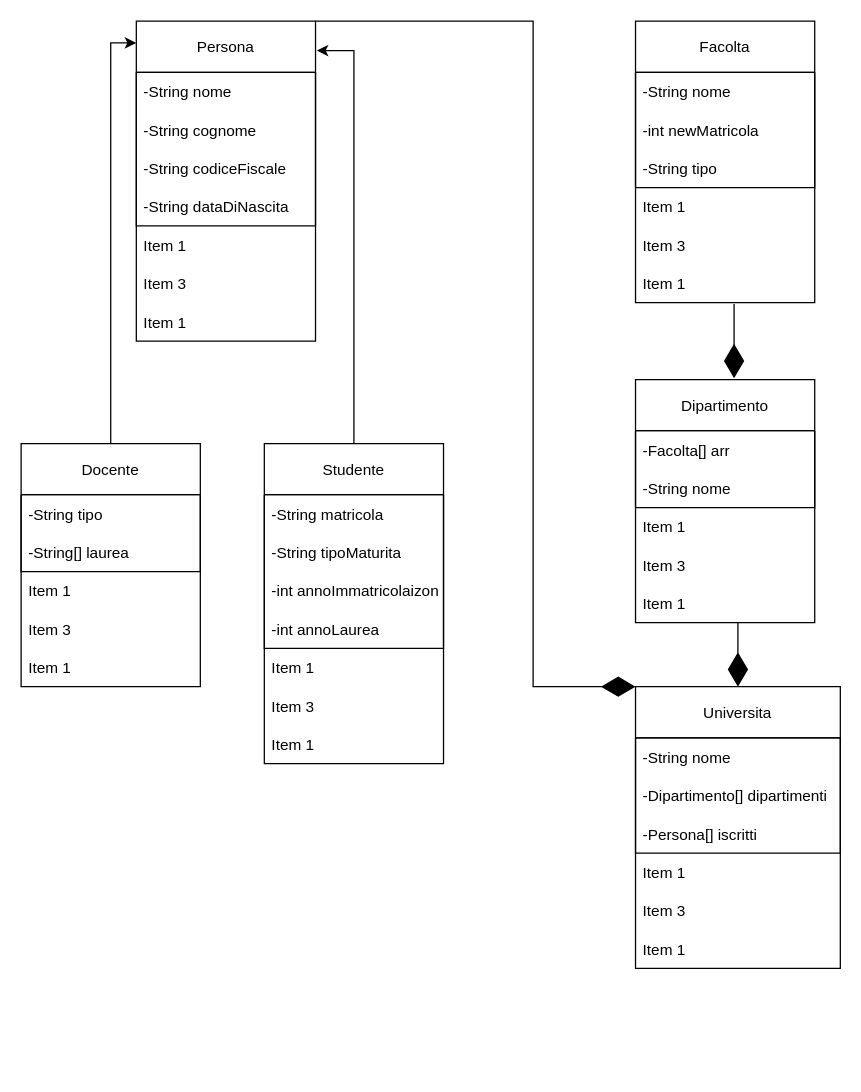
Earlier version of the draw.io diagram UMLUni.drawio (SamueleFacenda/GestioneUniCompito). Source tidied: cells renumbered, new cells numbered last; positions are measured from the earlier drawing's top-left corner, leaving out a move shared by most shapes. Both pictures are drawn from the tidied source at 128%, with x=0, y=0 at pixel (20, 20).
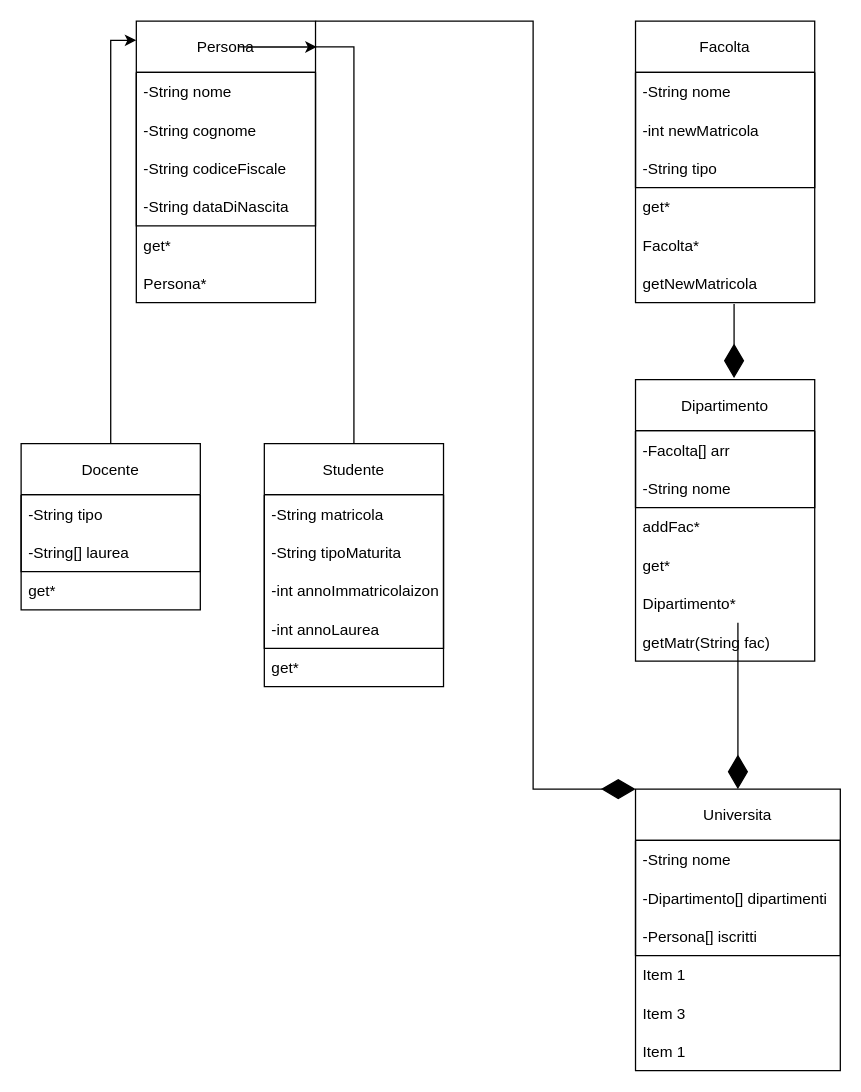
The same page after the edit.

The change refers to these unchanged cells:
```xml
<mxCell id="29" value="Facolta" style="swimlane;fontStyle=0;horizontal=1;startSize=40;" parent="1" vertex="1">
  <mxGeometry x="480" width="140" height="220" as="geometry" />
</mxCell>
```

Diff of the diagram source:
```diff
@@
     <mxCell id="2" value="Persona" style="swimlane;fontStyle=0;horizontal=1;startSize=40;" parent="1" vertex="1">
-      <mxGeometry x="90" width="140" height="250" as="geometry" />
+      <mxGeometry x="90" width="140" height="220" as="geometry" />
     </mxCell>
@@
-    <mxCell id="8" value="Item 1" style="text;strokeColor=none;fillColor=none;align=left;verticalAlign=middle;spacingLeft=4;spacingRight=4;overflow=hidden;" parent="2" vertex="1">
-      <mxGeometry y="160" width="140" height="30" as="geometry" />
-    </mxCell>
-    <mxCell id="9" value="Item 3" style="text;strokeColor=none;fillColor=none;align=left;verticalAlign=middle;spacingLeft=4;spacingRight=4;overflow=hidden;" parent="2" vertex="1">
-      <mxGeometry y="190" width="140" height="30" as="geometry" />
+    <mxCell id="9" value="get*" style="text;strokeColor=none;fillColor=none;align=left;verticalAlign=middle;spacingLeft=4;spacingRight=4;overflow=hidden;" parent="2" vertex="1">
+      <mxGeometry y="160" width="140" height="30" as="geometry" />
     </mxCell>
-    <mxCell id="10" value="Item 1" style="text;strokeColor=none;fillColor=none;align=left;verticalAlign=middle;spacingLeft=4;spacingRight=4;overflow=hidden;" parent="2" vertex="1">
-      <mxGeometry y="220" width="140" height="30" as="geometry" />
+    <mxCell id="10" value="Persona*" style="text;strokeColor=none;fillColor=none;align=left;verticalAlign=middle;spacingLeft=4;spacingRight=4;overflow=hidden;" parent="2" vertex="1">
+      <mxGeometry y="190" width="140" height="30" as="geometry" />
     </mxCell>
@@
     <mxCell id="12" value="Studente" style="swimlane;fontStyle=0;horizontal=1;startSize=40;" parent="1" vertex="1">
-      <mxGeometry x="190" y="330" width="140" height="250" as="geometry" />
+      <mxGeometry x="190" y="330" width="140" height="190" as="geometry" />
     </mxCell>
@@
-    <mxCell id="18" value="Item 1" style="text;strokeColor=none;fillColor=none;align=left;verticalAlign=middle;spacingLeft=4;spacingRight=4;overflow=hidden;" parent="12" vertex="1">
+    <mxCell id="18" value="get*" style="text;strokeColor=none;fillColor=none;align=left;verticalAlign=middle;spacingLeft=4;spacingRight=4;overflow=hidden;" parent="12" vertex="1">
       <mxGeometry y="160" width="140" height="30" as="geometry" />
     </mxCell>
-    <mxCell id="19" value="Item 3" style="text;strokeColor=none;fillColor=none;align=left;verticalAlign=middle;spacingLeft=4;spacingRight=4;overflow=hidden;" parent="12" vertex="1">
-      <mxGeometry y="190" width="140" height="30" as="geometry" />
-    </mxCell>
-    <mxCell id="20" value="Item 1" style="text;strokeColor=none;fillColor=none;align=left;verticalAlign=middle;spacingLeft=4;spacingRight=4;overflow=hidden;" parent="12" vertex="1">
-      <mxGeometry y="220" width="140" height="30" as="geometry" />
-    </mxCell>
@@
     <mxCell id="22" value="Docente" style="swimlane;fontStyle=0;horizontal=1;startSize=40;" parent="1" vertex="1">
-      <mxGeometry y="330" width="140" height="190" as="geometry" />
+      <mxGeometry y="330" width="140" height="130" as="geometry" />
     </mxCell>
@@
-    <mxCell id="26" value="Item 1" style="text;strokeColor=none;fillColor=none;align=left;verticalAlign=middle;spacingLeft=4;spacingRight=4;overflow=hidden;" parent="22" vertex="1">
-      <mxGeometry y="100" width="140" height="30" as="geometry" />
-    </mxCell>
-    <mxCell id="27" value="Item 3" style="text;strokeColor=none;fillColor=none;align=left;verticalAlign=middle;spacingLeft=4;spacingRight=4;overflow=hidden;" parent="22" vertex="1">
-      <mxGeometry y="130" width="140" height="30" as="geometry" />
-    </mxCell>
-    <mxCell id="28" value="Item 1" style="text;strokeColor=none;fillColor=none;align=left;verticalAlign=middle;spacingLeft=4;spacingRight=4;overflow=hidden;" parent="22" vertex="1">
-      <mxGeometry y="160" width="140" height="30" as="geometry" />
+    <mxCell id="28" value="get*" style="text;strokeColor=none;fillColor=none;align=left;verticalAlign=middle;spacingLeft=4;spacingRight=4;overflow=hidden;" parent="22" vertex="1">
+      <mxGeometry y="100" width="140" height="30" as="geometry" />
     </mxCell>
@@
-    <mxCell id="34" value="Item 1" style="text;strokeColor=none;fillColor=none;align=left;verticalAlign=middle;spacingLeft=4;spacingRight=4;overflow=hidden;" parent="29" vertex="1">
+    <mxCell id="34" value="get*" style="text;strokeColor=none;fillColor=none;align=left;verticalAlign=middle;spacingLeft=4;spacingRight=4;overflow=hidden;" parent="29" vertex="1">
       <mxGeometry y="130" width="140" height="30" as="geometry" />
     </mxCell>
-    <mxCell id="35" value="Item 3" style="text;strokeColor=none;fillColor=none;align=left;verticalAlign=middle;spacingLeft=4;spacingRight=4;overflow=hidden;" parent="29" vertex="1">
+    <mxCell id="35" value="Facolta*" style="text;strokeColor=none;fillColor=none;align=left;verticalAlign=middle;spacingLeft=4;spacingRight=4;overflow=hidden;" parent="29" vertex="1">
       <mxGeometry y="160" width="140" height="30" as="geometry" />
     </mxCell>
-    <mxCell id="36" value="Item 1" style="text;strokeColor=none;fillColor=none;align=left;verticalAlign=middle;spacingLeft=4;spacingRight=4;overflow=hidden;points=[[0,0.5],[1,0.5]];portConstraint=eastwest;" parent="29" vertex="1">
+    <mxCell id="36" value="getNewMatricola" style="text;strokeColor=none;fillColor=none;align=left;verticalAlign=middle;spacingLeft=4;spacingRight=4;overflow=hidden;points=[[0,0.5],[1,0.5]];portConstraint=eastwest;" parent="29" vertex="1">
       <mxGeometry y="190" width="140" height="30" as="geometry" />
     </mxCell>
     <mxCell id="37" value="Dipartimento" style="swimlane;fontStyle=0;horizontal=1;startSize=40;" parent="1" vertex="1">
-      <mxGeometry x="480" y="280" width="140" height="190" as="geometry" />
+      <mxGeometry x="480" y="280" width="140" height="220" as="geometry" />
     </mxCell>
@@
-    <mxCell id="41" value="Item 1" style="text;strokeColor=none;fillColor=none;align=left;verticalAlign=middle;spacingLeft=4;spacingRight=4;overflow=hidden;" parent="37" vertex="1">
+    <mxCell id="41" value="addFac*" style="text;strokeColor=none;fillColor=none;align=left;verticalAlign=middle;spacingLeft=4;spacingRight=4;overflow=hidden;" parent="37" vertex="1">
       <mxGeometry y="100" width="140" height="30" as="geometry" />
     </mxCell>
-    <mxCell id="42" value="Item 3" style="text;strokeColor=none;fillColor=none;align=left;verticalAlign=middle;spacingLeft=4;spacingRight=4;overflow=hidden;" parent="37" vertex="1">
+    <mxCell id="42" value="get*" style="text;strokeColor=none;fillColor=none;align=left;verticalAlign=middle;spacingLeft=4;spacingRight=4;overflow=hidden;" parent="37" vertex="1">
       <mxGeometry y="130" width="140" height="30" as="geometry" />
     </mxCell>
-    <mxCell id="43" value="Item 1" style="text;strokeColor=none;fillColor=none;align=left;verticalAlign=middle;spacingLeft=4;spacingRight=4;overflow=hidden;" parent="37" vertex="1">
+    <mxCell id="43" value="Dipartimento*" style="text;strokeColor=none;fillColor=none;align=left;verticalAlign=middle;spacingLeft=4;spacingRight=4;overflow=hidden;" parent="37" vertex="1">
       <mxGeometry y="160" width="140" height="30" as="geometry" />
     </mxCell>
+    <mxCell id="55" value="getMatr(String fac)" style="text;strokeColor=none;fillColor=none;align=left;verticalAlign=middle;spacingLeft=4;spacingRight=4;overflow=hidden;" parent="37" vertex="1">
+      <mxGeometry y="190" width="140" height="30" as="geometry" />
+    </mxCell>
     <mxCell id="44" value="Universita" style="swimlane;fontStyle=0;horizontal=1;startSize=40;" parent="1" vertex="1">
-      <mxGeometry x="480" y="520" width="160" height="220" as="geometry" />
+      <mxGeometry x="480" y="600" width="160" height="220" as="geometry" />
     </mxCell>
@@
     <mxCell id="54" style="endArrow=diamondThin;endFill=1;endSize=24;html=1;rounded=0;exitX=1;exitY=0;exitDx=0;exitDy=0;entryX=0;entryY=0;entryDx=0;entryDy=0;" parent="1" edge="1" source="2" target="44">
       <mxGeometry relative="1" as="geometry">
         <Array as="points">
           <mxPoint x="400" />
-          <mxPoint x="400" y="520" />
+          <mxPoint x="400" y="600" />
         </Array>
       </mxGeometry>
     </mxCell>
```
